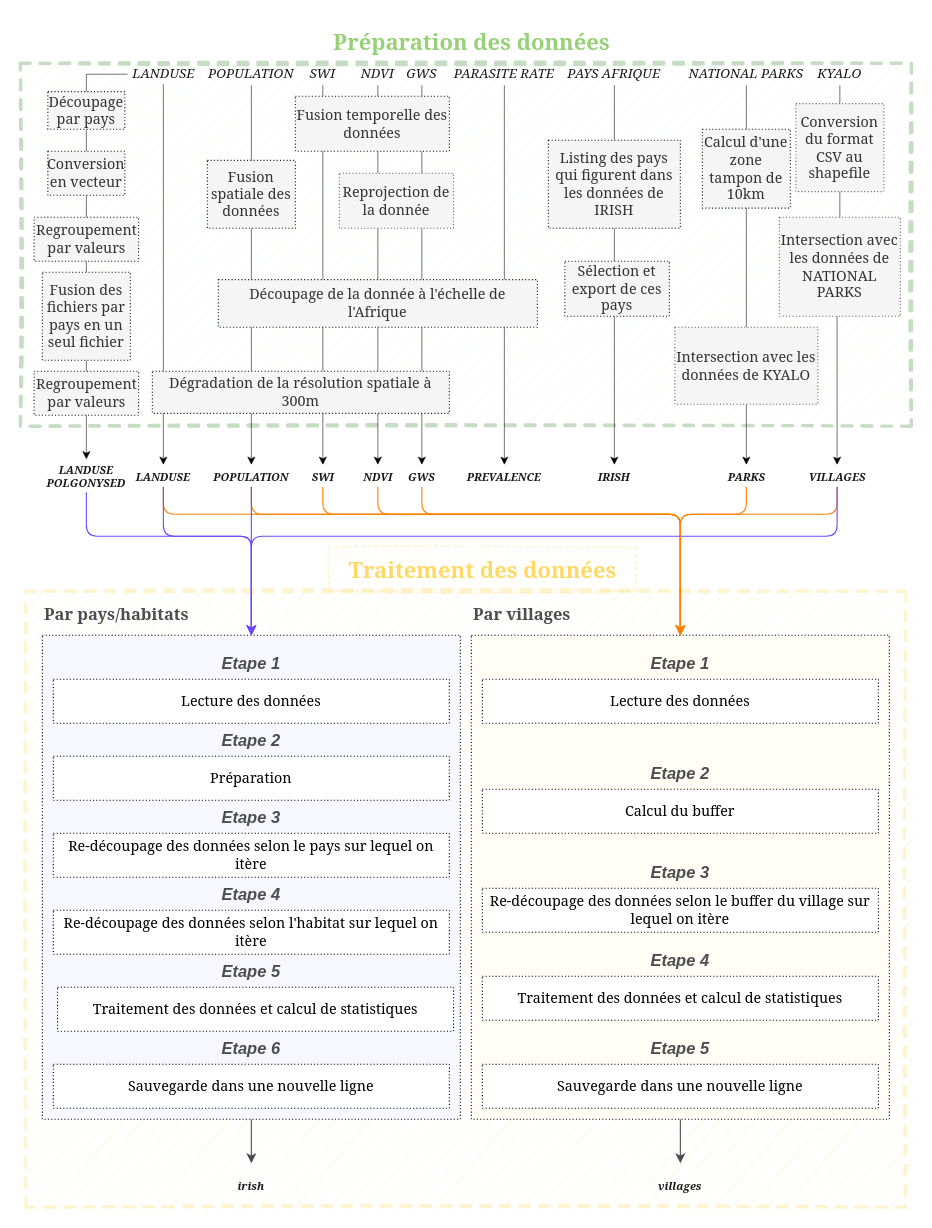
Before: page "Global I/O" (1 of 3) of docs/INPMT_simple.drawio in pierre-manchon/INPMT, a draw.io diagram. Source tidied: cells renumbered, new cells numbered last; positions are measured from the earlier drawing's top-left corner, leaving out a move shared by most shapes. Both pictures are drawn from the tidied source at 110%, with x=0, y=0 at pixel (20, 19).
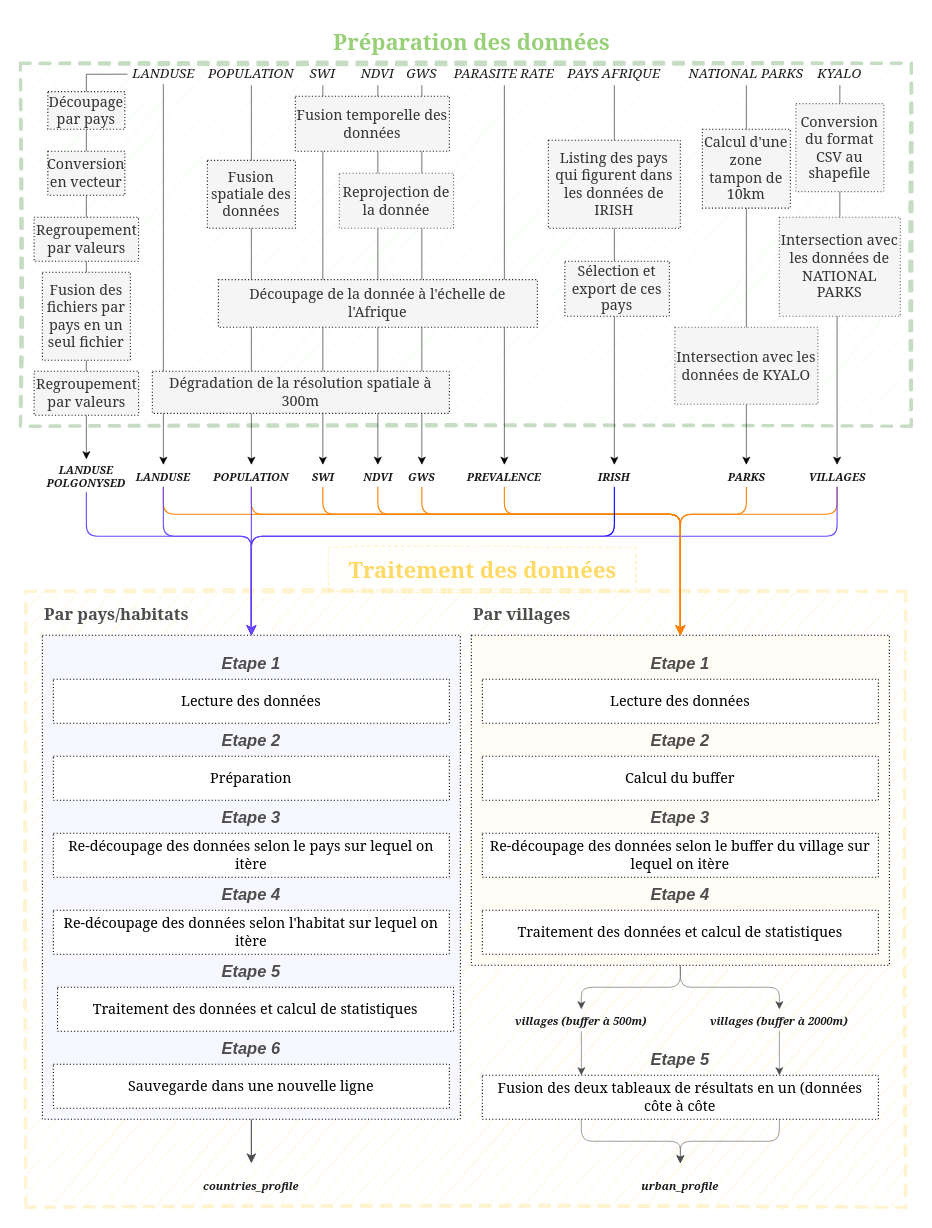
The same page after the edit.

The change refers to these unchanged cells:
```xml
<mxCell id="49" value="PREVALENCE" style="text;html=1;strokeColor=none;fillColor=none;align=center;verticalAlign=middle;whiteSpace=wrap;rounded=0;shadow=0;labelBackgroundColor=none;sketch=0;fontFamily=Georgia;fontSize=10;fontColor=#1A1A1A;fontStyle=3;rotation=0;direction=east;" parent="1" vertex="1">
  <mxGeometry x="400" y="405" width="80" height="20" as="geometry" />
</mxCell>
<mxCell id="51" value="IRISH" style="text;html=1;strokeColor=none;fillColor=none;align=center;verticalAlign=middle;whiteSpace=wrap;rounded=0;shadow=0;labelBackgroundColor=none;sketch=0;fontFamily=Georgia;fontSize=10;fontColor=#1A1A1A;fontStyle=3;rotation=0;direction=east;" parent="1" vertex="1">
  <mxGeometry x="500" y="405" width="80" height="20" as="geometry" />
</mxCell>
<mxCell id="62" value="Par pays/habitats" style="text;align=left;verticalAlign=middle;rounded=0;dashed=1;opacity=30;fontStyle=1;fontSize=15;labelBackgroundColor=none;labelBorderColor=none;html=1;labelPosition=center;verticalLabelPosition=middle;fontFamily=Georgia;fontColor=#4D4D4D;" parent="1" vertex="1">
  <mxGeometry x="20" y="520" width="380" height="40" as="geometry" />
</mxCell>
```

The edit, as a diff of the source:
```diff
@@
+    <mxCell id="92" style="edgeStyle=orthogonalEdgeStyle;rounded=1;jettySize=auto;html=1;exitX=0.5;exitY=1;exitDx=0;exitDy=0;entryX=0.5;entryY=0;entryDx=0;entryDy=0;fontSize=15;fontColor=#FFD966;strokeWidth=1;strokeColor=#FF8000;" parent="1" edge="1" source="49" target="68">
+      <mxGeometry relative="1" as="geometry">
+        <Array as="points">
+          <mxPoint x="440" y="450" />
+          <mxPoint x="600" y="450" />
+        </Array>
+      </mxGeometry>
+    </mxCell>
@@
+    <mxCell id="93" style="edgeStyle=orthogonalEdgeStyle;rounded=1;jettySize=auto;html=1;exitX=0.5;exitY=1;exitDx=0;exitDy=0;entryX=0.5;entryY=1;entryDx=0;entryDy=0;fontSize=15;fontColor=#FFD966;strokeWidth=1;strokeColor=#0000FF;" parent="1" edge="1" source="51" target="62">
+      <mxGeometry relative="1" as="geometry">
+        <Array as="points">
+          <mxPoint x="540" y="470" />
+          <mxPoint x="210" y="470" />
+        </Array>
+      </mxGeometry>
+    </mxCell>
@@
-    <mxCell id="64" value="villages" style="text;html=1;strokeColor=none;fillColor=none;align=center;verticalAlign=middle;whiteSpace=wrap;rounded=0;shadow=0;labelBackgroundColor=none;sketch=0;fontFamily=Georgia;fontSize=10;fontColor=#1A1A1A;fontStyle=3;rotation=0;direction=east;" parent="1" vertex="1">
+    <mxCell id="64" value="urban_profile" style="text;html=1;strokeColor=none;fillColor=none;align=center;verticalAlign=middle;whiteSpace=wrap;rounded=0;shadow=0;labelBackgroundColor=none;sketch=0;fontFamily=Georgia;fontSize=10;fontColor=#1A1A1A;fontStyle=3;rotation=0;direction=east;" parent="1" vertex="1">
       <mxGeometry x="410" y="1040" width="380" height="40" as="geometry" />
     </mxCell>
@@
-    <mxCell id="67" style="edgeStyle=orthogonalEdgeStyle;rounded=1;jettySize=auto;html=1;exitX=0.5;exitY=1;exitDx=0;exitDy=0;entryX=0.5;entryY=0;entryDx=0;entryDy=0;strokeWidth=1;strokeColor=#4D4D4D;" parent="1" edge="1" source="68" target="64">
-      <mxGeometry relative="1" as="geometry" />
-    </mxCell>
+    <mxCell id="94" style="edgeStyle=orthogonalEdgeStyle;rounded=1;jettySize=auto;html=1;exitX=0.5;exitY=1;exitDx=0;exitDy=0;entryX=0.5;entryY=0;entryDx=0;entryDy=0;fontSize=15;fontColor=#FFD966;strokeColor=#4D4D4D;strokeWidth=0.5;" parent="1" edge="1" source="68" target="97">
+      <mxGeometry relative="1" as="geometry">
+        <Array as="points">
+          <mxPoint x="600" y="880" />
+          <mxPoint x="510" y="880" />
+        </Array>
+      </mxGeometry>
+    </mxCell>
+    <mxCell id="95" style="edgeStyle=orthogonalEdgeStyle;rounded=1;jettySize=auto;html=1;exitX=0.5;exitY=1;exitDx=0;exitDy=0;entryX=0.5;entryY=0;entryDx=0;entryDy=0;fontSize=15;fontColor=#FFD966;strokeColor=#4D4D4D;strokeWidth=0.5;" parent="1" edge="1" source="68" target="99">
+      <mxGeometry relative="1" as="geometry">
+        <Array as="points">
+          <mxPoint x="600" y="880" />
+          <mxPoint x="690" y="880" />
+        </Array>
+      </mxGeometry>
+    </mxCell>
     <mxCell id="68" style="rounded=0;whiteSpace=wrap;html=1;shadow=0;labelBackgroundColor=none;sketch=0;fontFamily=Georgia;fontSize=13;strokeWidth=1;dashed=1;dashPattern=1 2;glass=0;fillColor=#FFFDF5;" parent="1" vertex="1">
-      <mxGeometry x="410" y="560" width="380" height="440" as="geometry" />
+      <mxGeometry x="410" y="560" width="380" height="300" as="geometry" />
     </mxCell>
-    <mxCell id="69" value="irish" style="text;html=1;strokeColor=none;fillColor=none;align=center;verticalAlign=middle;whiteSpace=wrap;rounded=0;shadow=0;labelBackgroundColor=none;sketch=0;fontFamily=Georgia;fontSize=10;fontColor=#1A1A1A;fontStyle=3;rotation=0;direction=east;" parent="1" vertex="1">
+    <mxCell id="69" value="countries_profile" style="text;html=1;strokeColor=none;fillColor=none;align=center;verticalAlign=middle;whiteSpace=wrap;rounded=0;shadow=0;labelBackgroundColor=none;sketch=0;fontFamily=Georgia;fontSize=10;fontColor=#1A1A1A;fontStyle=3;rotation=0;direction=east;" parent="1" vertex="1">
       <mxGeometry x="20" y="1040" width="380" height="40" as="geometry" />
     </mxCell>
@@
     <mxCell id="83" value="Calcul du buffer" style="rounded=0;whiteSpace=wrap;html=1;shadow=0;labelBackgroundColor=none;sketch=0;fontFamily=Georgia;fontSize=13;strokeWidth=1;dashed=1;dashPattern=1 2;glass=0;" parent="1" vertex="1">
-      <mxGeometry x="420" y="700" width="360" height="40" as="geometry" />
+      <mxGeometry x="420" y="670" width="360" height="40" as="geometry" />
     </mxCell>
     <mxCell id="84" value="Etape 2" style="text;html=1;strokeColor=none;fillColor=none;align=center;verticalAlign=middle;whiteSpace=wrap;rounded=0;fontColor=#4D4D4D;fontSize=15;fontStyle=3;" parent="1" vertex="1">
-      <mxGeometry x="420" y="670" width="360" height="30" as="geometry" />
+      <mxGeometry x="420" y="640" width="360" height="30" as="geometry" />
     </mxCell>
     <mxCell id="85" value="Re-découpage des données selon le buffer du village sur lequel on itère" style="rounded=0;whiteSpace=wrap;html=1;shadow=0;labelBackgroundColor=none;sketch=0;fontFamily=Georgia;fontSize=13;strokeWidth=1;dashed=1;dashPattern=1 2;glass=0;" parent="1" vertex="1">
-      <mxGeometry x="420" y="790" width="360" height="40" as="geometry" />
+      <mxGeometry x="420" y="740" width="360" height="40" as="geometry" />
     </mxCell>
     <mxCell id="86" value="Etape 3" style="text;html=1;strokeColor=none;fillColor=none;align=center;verticalAlign=middle;whiteSpace=wrap;rounded=0;fontColor=#4D4D4D;fontSize=15;fontStyle=3;" parent="1" vertex="1">
-      <mxGeometry x="420" y="760" width="360" height="30" as="geometry" />
+      <mxGeometry x="420" y="710" width="360" height="30" as="geometry" />
     </mxCell>
     <mxCell id="87" value="Traitement des données et calcul de statistiques" style="rounded=0;whiteSpace=wrap;html=1;shadow=0;labelBackgroundColor=none;sketch=0;fontFamily=Georgia;fontSize=13;strokeWidth=1;dashed=1;dashPattern=1 2;glass=0;" parent="1" vertex="1">
-      <mxGeometry x="420" y="870" width="360" height="40" as="geometry" />
+      <mxGeometry x="420" y="810" width="360" height="40" as="geometry" />
     </mxCell>
     <mxCell id="88" value="Etape 4" style="text;html=1;strokeColor=none;fillColor=none;align=center;verticalAlign=middle;whiteSpace=wrap;rounded=0;fontColor=#4D4D4D;fontSize=15;fontStyle=3;" parent="1" vertex="1">
-      <mxGeometry x="420" y="840" width="360" height="30" as="geometry" />
+      <mxGeometry x="420" y="780" width="360" height="30" as="geometry" />
     </mxCell>
-    <mxCell id="89" value="Sauvegarde dans une nouvelle ligne" style="rounded=0;whiteSpace=wrap;html=1;shadow=0;labelBackgroundColor=none;sketch=0;fontFamily=Georgia;fontSize=13;strokeWidth=1;dashed=1;dashPattern=1 2;glass=0;" parent="1" vertex="1">
-      <mxGeometry x="420" y="950" width="360" height="40" as="geometry" />
-    </mxCell>
+    <mxCell id="91" value="Préparation" style="rounded=0;whiteSpace=wrap;html=1;shadow=0;labelBackgroundColor=none;sketch=0;fontFamily=Georgia;fontSize=13;strokeWidth=1;dashed=1;dashPattern=1 2;glass=0;" parent="1" vertex="1">
+      <mxGeometry x="30" y="670" width="360" height="40" as="geometry" />
+    </mxCell>
+    <mxCell id="96" style="edgeStyle=orthogonalEdgeStyle;rounded=1;jettySize=auto;html=1;exitX=0.5;exitY=1;exitDx=0;exitDy=0;entryX=0.25;entryY=0;entryDx=0;entryDy=0;fontSize=15;fontColor=#FFD966;strokeColor=#4D4D4D;strokeWidth=0.5;" parent="1" edge="1" source="97" target="102">
+      <mxGeometry relative="1" as="geometry" />
+    </mxCell>
+    <mxCell id="97" value="villages (buffer à 500m)" style="text;html=1;strokeColor=none;fillColor=none;align=center;verticalAlign=middle;whiteSpace=wrap;rounded=0;shadow=0;labelBackgroundColor=none;sketch=0;fontFamily=Georgia;fontSize=10;fontColor=#1A1A1A;fontStyle=3;rotation=0;direction=east;" parent="1" vertex="1">
+      <mxGeometry x="420" y="900" width="180" height="20" as="geometry" />
+    </mxCell>
+    <mxCell id="98" style="edgeStyle=orthogonalEdgeStyle;rounded=1;jettySize=auto;html=1;exitX=0.5;exitY=1;exitDx=0;exitDy=0;entryX=0.75;entryY=0;entryDx=0;entryDy=0;fontSize=15;fontColor=#FFD966;strokeColor=#4D4D4D;strokeWidth=0.5;" parent="1" edge="1" source="99" target="102">
+      <mxGeometry relative="1" as="geometry" />
+    </mxCell>
+    <mxCell id="99" value="villages (buffer à 2000m)" style="text;html=1;strokeColor=none;fillColor=none;align=center;verticalAlign=middle;whiteSpace=wrap;rounded=0;shadow=0;labelBackgroundColor=none;sketch=0;fontFamily=Georgia;fontSize=10;fontColor=#1A1A1A;fontStyle=3;rotation=0;direction=east;" parent="1" vertex="1">
+      <mxGeometry x="600" y="900" width="180" height="20" as="geometry" />
+    </mxCell>
+    <mxCell id="100" style="edgeStyle=orthogonalEdgeStyle;rounded=1;jettySize=auto;html=1;exitX=0.25;exitY=1;exitDx=0;exitDy=0;entryX=0.5;entryY=0;entryDx=0;entryDy=0;fontSize=15;fontColor=#FFD966;strokeColor=#4D4D4D;strokeWidth=0.5;" parent="1" edge="1" source="102" target="64">
+      <mxGeometry relative="1" as="geometry" />
+    </mxCell>
+    <mxCell id="101" style="edgeStyle=orthogonalEdgeStyle;rounded=1;jettySize=auto;html=1;exitX=0.75;exitY=1;exitDx=0;exitDy=0;entryX=0.5;entryY=0;entryDx=0;entryDy=0;fontSize=15;fontColor=#FFD966;strokeColor=#4D4D4D;strokeWidth=0.5;" parent="1" edge="1" source="102" target="64">
+      <mxGeometry relative="1" as="geometry" />
+    </mxCell>
+    <mxCell id="102" value="Fusion des deux tableaux de résultats en un (données côte à côte" style="rounded=0;whiteSpace=wrap;html=1;shadow=0;labelBackgroundColor=none;sketch=0;fontFamily=Georgia;fontSize=13;strokeWidth=1;dashed=1;dashPattern=1 2;glass=0;" parent="1" vertex="1">
+      <mxGeometry x="420" y="960" width="360" height="40" as="geometry" />
+    </mxCell>
     <mxCell id="90" value="Etape 5" style="text;html=1;strokeColor=none;fillColor=none;align=center;verticalAlign=middle;whiteSpace=wrap;rounded=0;fontColor=#4D4D4D;fontSize=15;fontStyle=3;" parent="1" vertex="1">
-      <mxGeometry x="420" y="920" width="360" height="30" as="geometry" />
+      <mxGeometry x="420" y="930" width="360" height="30" as="geometry" />
     </mxCell>
-    <mxCell id="91" value="Préparation" style="rounded=0;whiteSpace=wrap;html=1;shadow=0;labelBackgroundColor=none;sketch=0;fontFamily=Georgia;fontSize=13;strokeWidth=1;dashed=1;dashPattern=1 2;glass=0;" parent="1" vertex="1">
-      <mxGeometry x="30" y="670" width="360" height="40" as="geometry" />
-    </mxCell>
```
